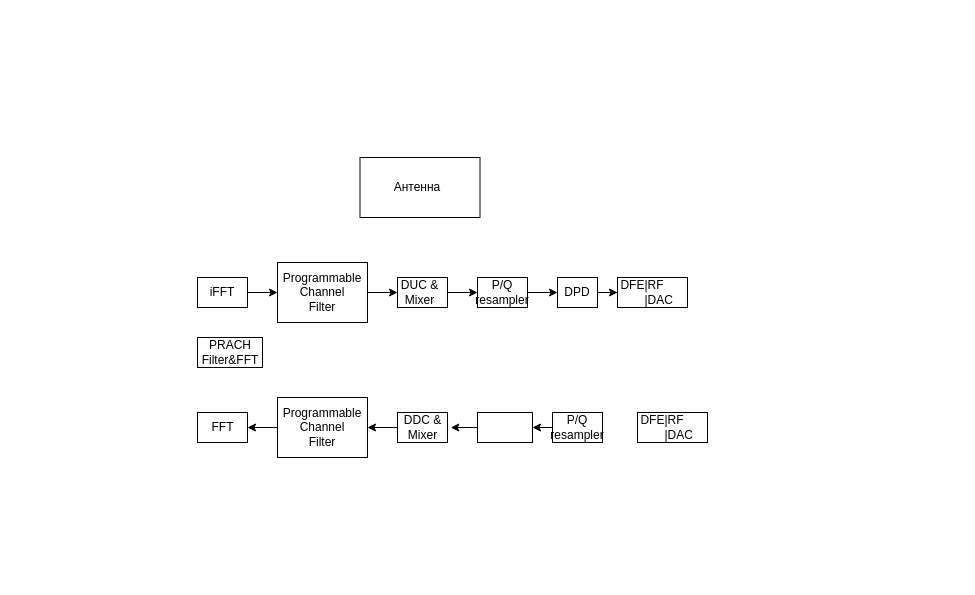
Above: diagramm.drawio in vikastatsenko/drawio (draw.io), before the change. Source tidied: cells renumbered, new cells numbered last; positions are measured from the earlier drawing's top-left corner, leaving out a move shared by most shapes. Both pictures are drawn from the tidied source at 100%, with x=0, y=0 at pixel (192, 157).
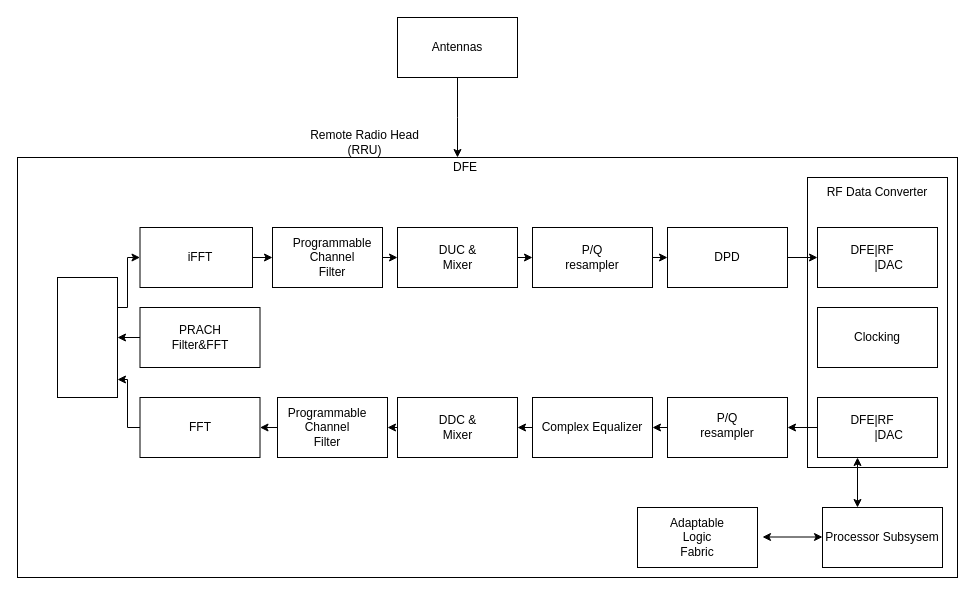
The same diagram, later.

Diff of the diagram source:
```diff
@@
+    <mxCell id="38" style="edgeStyle=orthogonalEdgeStyle;rounded=0;jettySize=auto;html=1;exitX=1;exitY=0.5;exitDx=0;exitDy=0;entryX=0;entryY=0.5;entryDx=0;entryDy=0;" parent="1" edge="1" source="39" target="41">
+      <mxGeometry relative="1" as="geometry" />
+    </mxCell>
+    <mxCell id="39" style="rounded=0;whiteSpace=wrap;html=1;" parent="1" vertex="1">
+      <mxGeometry x="-52.5" y="70" width="112.5" height="60" as="geometry" />
+    </mxCell>
-    <mxCell id="2" style="rounded=0;whiteSpace=wrap;html=1;" parent="1" vertex="1">
-      <mxGeometry x="167.5" width="120" height="60" as="geometry" />
+    <mxCell id="2" value="Antennas" style="rounded=0;whiteSpace=wrap;html=1;" parent="1" vertex="1">
+      <mxGeometry x="205" y="-140" width="120" height="60" as="geometry" />
     </mxCell>
-    <mxCell id="3" value="Антенна" style="text;html=1;align=center;verticalAlign=middle;whiteSpace=wrap;rounded=0;" parent="1" vertex="1">
-      <mxGeometry x="195" y="5" width="60" height="50" as="geometry" />
-    </mxCell>
-    <mxCell id="4" style="rounded=0;whiteSpace=wrap;html=1;" parent="1" vertex="1">
-      <mxGeometry x="5" y="120" width="50" height="30" as="geometry" />
-    </mxCell>
-    <mxCell id="5" style="edgeStyle=orthogonalEdgeStyle;rounded=0;jettySize=auto;html=1;entryX=0;entryY=0.5;entryDx=0;entryDy=0;" parent="1" edge="1" target="8">
-      <mxGeometry relative="1" as="geometry">
-        <mxPoint x="55" y="135" as="sourcePoint" />
-      </mxGeometry>
-    </mxCell>
     <mxCell id="6" value="iFFT" style="text;html=1;align=center;verticalAlign=middle;whiteSpace=wrap;rounded=0;" parent="1" vertex="1">
-      <mxGeometry y="120" width="60" height="30" as="geometry" />
+      <mxGeometry x="-22.5" y="85" width="60" height="30" as="geometry" />
     </mxCell>
-    <mxCell id="7" style="edgeStyle=orthogonalEdgeStyle;rounded=0;jettySize=auto;html=1;exitX=1;exitY=0.5;exitDx=0;exitDy=0;entryX=0;entryY=0.5;entryDx=0;entryDy=0;" parent="1" edge="1" source="8" target="11">
-      <mxGeometry relative="1" as="geometry" />
-    </mxCell>
-    <mxCell id="8" style="rounded=0;whiteSpace=wrap;html=1;" parent="1" vertex="1">
-      <mxGeometry x="85" y="105" width="90" height="60" as="geometry" />
-    </mxCell>
+    <mxCell id="40" style="edgeStyle=orthogonalEdgeStyle;rounded=0;jettySize=auto;html=1;exitX=1;exitY=0.5;exitDx=0;exitDy=0;entryX=0;entryY=0.5;entryDx=0;entryDy=0;" parent="1" edge="1" source="41" target="43">
+      <mxGeometry relative="1" as="geometry" />
+    </mxCell>
+    <mxCell id="41" style="rounded=0;whiteSpace=wrap;html=1;" parent="1" vertex="1">
+      <mxGeometry x="80" y="70" width="110" height="60" as="geometry" />
+    </mxCell>
     <mxCell id="9" value="Programmable&lt;div&gt;Channel&lt;/div&gt;&lt;div&gt;Filter&lt;/div&gt;" style="text;html=1;align=center;verticalAlign=middle;whiteSpace=wrap;rounded=0;" parent="1" vertex="1">
-      <mxGeometry x="100" y="120" width="60" height="30" as="geometry" />
+      <mxGeometry x="110" y="85" width="60" height="30" as="geometry" />
     </mxCell>
-    <mxCell id="10" style="edgeStyle=orthogonalEdgeStyle;rounded=0;jettySize=auto;html=1;entryX=0;entryY=0.5;entryDx=0;entryDy=0;" parent="1" edge="1" source="11" target="14">
-      <mxGeometry relative="1" as="geometry" />
-    </mxCell>
-    <mxCell id="11" style="rounded=0;whiteSpace=wrap;html=1;" parent="1" vertex="1">
-      <mxGeometry x="205" y="120" width="50" height="30" as="geometry" />
-    </mxCell>
+    <mxCell id="42" style="edgeStyle=orthogonalEdgeStyle;rounded=0;jettySize=auto;html=1;exitX=1;exitY=0.5;exitDx=0;exitDy=0;entryX=0;entryY=0.5;entryDx=0;entryDy=0;" parent="1" edge="1" source="43" target="45">
+      <mxGeometry relative="1" as="geometry" />
+    </mxCell>
+    <mxCell id="43" style="rounded=0;whiteSpace=wrap;html=1;" parent="1" vertex="1">
+      <mxGeometry x="205" y="70" width="120" height="60" as="geometry" />
+    </mxCell>
     <mxCell id="12" value="DUC &amp;amp; Mixer" style="text;html=1;align=center;verticalAlign=middle;whiteSpace=wrap;rounded=0;" parent="1" vertex="1">
-      <mxGeometry x="205" y="120" width="45" height="30" as="geometry" />
+      <mxGeometry x="242.5" y="85" width="45" height="30" as="geometry" />
     </mxCell>
-    <mxCell id="13" style="edgeStyle=orthogonalEdgeStyle;rounded=0;jettySize=auto;html=1;" parent="1" edge="1" source="14" target="18">
-      <mxGeometry relative="1" as="geometry" />
-    </mxCell>
-    <mxCell id="14" style="rounded=0;whiteSpace=wrap;html=1;" parent="1" vertex="1">
-      <mxGeometry x="285" y="120" width="50" height="30" as="geometry" />
-    </mxCell>
+    <mxCell id="44" style="edgeStyle=orthogonalEdgeStyle;rounded=0;jettySize=auto;html=1;exitX=1;exitY=0.5;exitDx=0;exitDy=0;entryX=0;entryY=0.5;entryDx=0;entryDy=0;" parent="1" edge="1" source="45" target="47">
+      <mxGeometry relative="1" as="geometry" />
+    </mxCell>
+    <mxCell id="45" style="rounded=0;whiteSpace=wrap;html=1;" parent="1" vertex="1">
+      <mxGeometry x="340" y="70" width="120" height="60" as="geometry" />
+    </mxCell>
     <mxCell id="15" value="P/Q&lt;div&gt;resampler&lt;/div&gt;" style="text;html=1;align=center;verticalAlign=middle;whiteSpace=wrap;rounded=0;" parent="1" vertex="1">
-      <mxGeometry x="280" y="120" width="60" height="30" as="geometry" />
+      <mxGeometry x="370" y="85" width="60" height="30" as="geometry" />
     </mxCell>
-    <mxCell id="16" style="rounded=0;whiteSpace=wrap;html=1;" parent="1" vertex="1">
-      <mxGeometry x="365" y="120" width="40" height="30" as="geometry" />
-    </mxCell>
-    <mxCell id="17" style="edgeStyle=orthogonalEdgeStyle;rounded=0;jettySize=auto;html=1;" parent="1" edge="1" source="18" target="20">
-      <mxGeometry relative="1" as="geometry" />
-    </mxCell>
+    <mxCell id="46" style="edgeStyle=orthogonalEdgeStyle;rounded=0;jettySize=auto;html=1;exitX=1;exitY=0.5;exitDx=0;exitDy=0;entryX=0;entryY=0.5;entryDx=0;entryDy=0;" parent="1" edge="1" source="47" target="50">
+      <mxGeometry relative="1" as="geometry" />
+    </mxCell>
+    <mxCell id="47" style="rounded=0;whiteSpace=wrap;html=1;" parent="1" vertex="1">
+      <mxGeometry x="475" y="70" width="120" height="60" as="geometry" />
+    </mxCell>
     <mxCell id="18" value="DPD" style="text;html=1;align=center;verticalAlign=middle;whiteSpace=wrap;rounded=0;" parent="1" vertex="1">
-      <mxGeometry x="365" y="125" width="40" height="20" as="geometry" />
+      <mxGeometry x="515" y="90" width="40" height="20" as="geometry" />
     </mxCell>
-    <mxCell id="19" style="rounded=0;whiteSpace=wrap;html=1;" parent="1" vertex="1">
-      <mxGeometry x="5" y="180" width="65" height="30" as="geometry" />
-    </mxCell>
-    <mxCell id="20" style="rounded=0;whiteSpace=wrap;html=1;" parent="1" vertex="1">
-      <mxGeometry x="425" y="120" width="70" height="30" as="geometry" />
-    </mxCell>
+    <mxCell id="48" style="edgeStyle=orthogonalEdgeStyle;rounded=0;jettySize=auto;html=1;exitX=0;exitY=0.5;exitDx=0;exitDy=0;entryX=0.5;entryY=0;entryDx=0;entryDy=0;" parent="1" edge="1" source="49" target="70">
+      <mxGeometry relative="1" as="geometry" />
+    </mxCell>
+    <mxCell id="49" style="rounded=0;whiteSpace=wrap;html=1;" parent="1" vertex="1">
+      <mxGeometry x="-52.5" y="150" width="120" height="60" as="geometry" />
+    </mxCell>
+    <mxCell id="22" value="PRACH&lt;div&gt;Filter&amp;amp;FFT&lt;/div&gt;" style="text;html=1;align=center;verticalAlign=middle;whiteSpace=wrap;rounded=0;" parent="1" vertex="1">
+      <mxGeometry x="-22.5" y="165" width="60" height="30" as="geometry" />
+    </mxCell>
+    <mxCell id="50" style="rounded=0;whiteSpace=wrap;html=1;" parent="1" vertex="1">
+      <mxGeometry x="625" y="70" width="120" height="60" as="geometry" />
+    </mxCell>
     <mxCell id="21" value="DFE|RF&amp;nbsp; &amp;nbsp; &amp;nbsp; &amp;nbsp; &amp;nbsp; &amp;nbsp;|DAC" style="text;html=1;align=center;verticalAlign=middle;whiteSpace=wrap;rounded=0;" parent="1" vertex="1">
-      <mxGeometry x="425" y="125" width="60" height="20" as="geometry" />
+      <mxGeometry x="655" y="90" width="60" height="20" as="geometry" />
     </mxCell>
-    <mxCell id="22" value="PRACH&lt;div&gt;Filter&amp;amp;FFT&lt;/div&gt;" style="text;html=1;align=center;verticalAlign=middle;whiteSpace=wrap;rounded=0;" parent="1" vertex="1">
-      <mxGeometry x="7.5" y="180" width="60" height="30" as="geometry" />
-    </mxCell>
-    <mxCell id="23" style="rounded=0;whiteSpace=wrap;html=1;" parent="1" vertex="1">
-      <mxGeometry x="5" y="255" width="50" height="30" as="geometry" />
-    </mxCell>
+    <mxCell id="51" style="rounded=0;whiteSpace=wrap;html=1;" parent="1" vertex="1">
+      <mxGeometry x="-52.5" y="240" width="120" height="60" as="geometry" />
+    </mxCell>
     <mxCell id="24" value="FFT" style="text;html=1;align=center;verticalAlign=middle;whiteSpace=wrap;rounded=0;" parent="1" vertex="1">
-      <mxGeometry x="16.2" y="265" width="28.8" height="10" as="geometry" />
+      <mxGeometry x="-17.5" y="257.5" width="50" height="25" as="geometry" />
     </mxCell>
-    <mxCell id="25" style="edgeStyle=orthogonalEdgeStyle;rounded=0;jettySize=auto;html=1;exitX=0;exitY=0.5;exitDx=0;exitDy=0;entryX=1;entryY=0.5;entryDx=0;entryDy=0;" parent="1" edge="1" source="26" target="23">
-      <mxGeometry relative="1" as="geometry" />
-    </mxCell>
-    <mxCell id="26" style="rounded=0;whiteSpace=wrap;html=1;" parent="1" vertex="1">
-      <mxGeometry x="85" y="240" width="90" height="60" as="geometry" />
-    </mxCell>
+    <mxCell id="52" style="edgeStyle=orthogonalEdgeStyle;rounded=0;jettySize=auto;html=1;exitX=0;exitY=0.5;exitDx=0;exitDy=0;entryX=1;entryY=0.5;entryDx=0;entryDy=0;" parent="1" edge="1" source="53" target="51">
+      <mxGeometry relative="1" as="geometry" />
+    </mxCell>
+    <mxCell id="53" style="rounded=0;whiteSpace=wrap;html=1;" parent="1" vertex="1">
+      <mxGeometry x="85" y="240" width="110" height="60" as="geometry" />
+    </mxCell>
     <mxCell id="27" value="Programmable&lt;div&gt;Channel&lt;/div&gt;&lt;div&gt;Filter&lt;/div&gt;" style="text;html=1;align=center;verticalAlign=middle;whiteSpace=wrap;rounded=0;" parent="1" vertex="1">
-      <mxGeometry x="100" y="255" width="60" height="30" as="geometry" />
+      <mxGeometry x="105" y="255" width="60" height="30" as="geometry" />
     </mxCell>
-    <mxCell id="28" style="edgeStyle=orthogonalEdgeStyle;rounded=0;jettySize=auto;html=1;exitX=0;exitY=0.5;exitDx=0;exitDy=0;entryX=1;entryY=0.5;entryDx=0;entryDy=0;" parent="1" edge="1" source="29" target="26">
-      <mxGeometry relative="1" as="geometry" />
-    </mxCell>
-    <mxCell id="29" style="rounded=0;whiteSpace=wrap;html=1;" parent="1" vertex="1">
-      <mxGeometry x="205" y="255" width="50" height="30" as="geometry" />
-    </mxCell>
+    <mxCell id="54" style="edgeStyle=orthogonalEdgeStyle;rounded=0;jettySize=auto;html=1;exitX=0;exitY=0.5;exitDx=0;exitDy=0;entryX=1;entryY=0.5;entryDx=0;entryDy=0;" parent="1" edge="1" source="55" target="53">
+      <mxGeometry relative="1" as="geometry" />
+    </mxCell>
+    <mxCell id="55" style="rounded=0;whiteSpace=wrap;html=1;" parent="1" vertex="1">
+      <mxGeometry x="205" y="240" width="120" height="60" as="geometry" />
+    </mxCell>
     <mxCell id="30" value="DDC &amp;amp; Mixer" style="text;html=1;align=center;verticalAlign=middle;whiteSpace=wrap;rounded=0;" parent="1" vertex="1">
-      <mxGeometry x="207.5" y="255" width="45" height="30" as="geometry" />
+      <mxGeometry x="242.5" y="255" width="45" height="30" as="geometry" />
     </mxCell>
-    <mxCell id="31" style="rounded=0;whiteSpace=wrap;html=1;" parent="1" vertex="1">
-      <mxGeometry x="285" y="255" width="55" height="30" as="geometry" />
-    </mxCell>
-    <mxCell id="32" style="edgeStyle=orthogonalEdgeStyle;rounded=0;jettySize=auto;html=1;exitX=0;exitY=0.5;exitDx=0;exitDy=0;entryX=1;entryY=0.5;entryDx=0;entryDy=0;" parent="1" edge="1" source="33" target="31">
-      <mxGeometry relative="1" as="geometry" />
-    </mxCell>
-    <mxCell id="33" style="rounded=0;whiteSpace=wrap;html=1;" parent="1" vertex="1">
-      <mxGeometry x="360" y="255" width="50" height="30" as="geometry" />
-    </mxCell>
+    <mxCell id="56" style="edgeStyle=orthogonalEdgeStyle;rounded=0;jettySize=auto;html=1;exitX=0;exitY=0.5;exitDx=0;exitDy=0;entryX=1;entryY=0.5;entryDx=0;entryDy=0;" parent="1" edge="1" source="57" target="55">
+      <mxGeometry relative="1" as="geometry" />
+    </mxCell>
+    <mxCell id="57" value="Complex Equalizer" style="rounded=0;whiteSpace=wrap;html=1;" parent="1" vertex="1">
+      <mxGeometry x="340" y="240" width="120" height="60" as="geometry" />
+    </mxCell>
+    <mxCell id="58" style="edgeStyle=orthogonalEdgeStyle;rounded=0;jettySize=auto;html=1;exitX=0;exitY=0.5;exitDx=0;exitDy=0;entryX=1;entryY=0.5;entryDx=0;entryDy=0;" parent="1" edge="1" source="59" target="57">
+      <mxGeometry relative="1" as="geometry" />
+    </mxCell>
+    <mxCell id="59" style="rounded=0;whiteSpace=wrap;html=1;" parent="1" vertex="1">
+      <mxGeometry x="475" y="240" width="120" height="60" as="geometry" />
+    </mxCell>
     <mxCell id="34" value="P/Q&lt;div&gt;resampler&lt;/div&gt;" style="text;html=1;align=center;verticalAlign=middle;whiteSpace=wrap;rounded=0;" parent="1" vertex="1">
-      <mxGeometry x="355" y="255" width="60" height="30" as="geometry" />
+      <mxGeometry x="505" y="252.5" width="60" height="30" as="geometry" />
     </mxCell>
-    <mxCell id="35" style="rounded=0;whiteSpace=wrap;html=1;" parent="1" vertex="1">
-      <mxGeometry x="445" y="255" width="70" height="30" as="geometry" />
-    </mxCell>
+    <mxCell id="60" style="edgeStyle=orthogonalEdgeStyle;rounded=0;jettySize=auto;html=1;exitX=0;exitY=0.5;exitDx=0;exitDy=0;entryX=1;entryY=0.5;entryDx=0;entryDy=0;" parent="1" edge="1" source="61" target="59">
+      <mxGeometry relative="1" as="geometry" />
+    </mxCell>
+    <mxCell id="61" style="rounded=0;whiteSpace=wrap;html=1;" parent="1" vertex="1">
+      <mxGeometry x="625" y="240" width="120" height="60" as="geometry" />
+    </mxCell>
     <mxCell id="36" value="DFE|RF&amp;nbsp; &amp;nbsp; &amp;nbsp; &amp;nbsp; &amp;nbsp; &amp;nbsp;|DAC" style="text;html=1;align=center;verticalAlign=middle;whiteSpace=wrap;rounded=0;" parent="1" vertex="1">
-      <mxGeometry x="445" y="260" width="60" height="20" as="geometry" />
+      <mxGeometry x="655" y="250" width="60" height="40" as="geometry" />
     </mxCell>
-    <mxCell id="37" style="edgeStyle=orthogonalEdgeStyle;rounded=0;jettySize=auto;html=1;exitX=0;exitY=0.5;exitDx=0;exitDy=0;entryX=1.065;entryY=0.501;entryDx=0;entryDy=0;entryPerimeter=0;" parent="1" edge="1" source="31" target="29">
-      <mxGeometry relative="1" as="geometry" />
-    </mxCell>
+    <mxCell id="62" value="Clocking" style="rounded=0;whiteSpace=wrap;html=1;" parent="1" vertex="1">
+      <mxGeometry x="625" y="150" width="120" height="60" as="geometry" />
+    </mxCell>
+    <mxCell id="63" style="rounded=0;whiteSpace=wrap;html=1;fillColor=none;" parent="1" vertex="1">
+      <mxGeometry x="615" y="20" width="140" height="290" as="geometry" />
+    </mxCell>
+    <mxCell id="64" value="RF Data Converter" style="text;html=1;align=center;verticalAlign=middle;whiteSpace=wrap;rounded=0;" parent="1" vertex="1">
+      <mxGeometry x="620" y="20" width="130" height="30" as="geometry" />
+    </mxCell>
+    <mxCell id="65" value="Adaptable&lt;div&gt;Logic&lt;/div&gt;&lt;div&gt;Fabric&lt;/div&gt;" style="rounded=0;whiteSpace=wrap;html=1;" parent="1" vertex="1">
+      <mxGeometry x="445" y="350" width="120" height="60" as="geometry" />
+    </mxCell>
+    <mxCell id="66" value="Processor Subsysem" style="rounded=0;whiteSpace=wrap;html=1;" parent="1" vertex="1">
+      <mxGeometry x="630" y="350" width="120" height="60" as="geometry" />
+    </mxCell>
+    <mxCell id="67" style="endArrow=classic;startArrow=classic;html=1;rounded=0;" parent="1" edge="1">
+      <mxGeometry relative="1" as="geometry">
+        <mxPoint x="665" y="350" as="sourcePoint" />
+        <mxPoint x="665" y="300" as="targetPoint" />
+      </mxGeometry>
+    </mxCell>
+    <mxCell id="68" style="endArrow=classic;startArrow=classic;html=1;rounded=0;" parent="1" edge="1">
+      <mxGeometry relative="1" as="geometry">
+        <mxPoint x="570" y="379.5" as="sourcePoint" />
+        <mxPoint x="630" y="379.5" as="targetPoint" />
+      </mxGeometry>
+    </mxCell>
+    <mxCell id="69" style="edgeStyle=orthogonalEdgeStyle;rounded=0;jettySize=auto;html=1;exitX=0.25;exitY=0;exitDx=0;exitDy=0;entryX=0;entryY=0.5;entryDx=0;entryDy=0;" parent="1" edge="1" source="70" target="39">
+      <mxGeometry relative="1" as="geometry">
+        <Array as="points">
+          <mxPoint x="-65" y="150" />
+          <mxPoint x="-65" y="100" />
+        </Array>
+      </mxGeometry>
+    </mxCell>
+    <mxCell id="70" style="rounded=0;whiteSpace=wrap;html=1;direction=south;" parent="1" vertex="1">
+      <mxGeometry x="-135" y="120" width="60" height="120" as="geometry" />
+    </mxCell>
+    <mxCell id="71" style="rounded=0;whiteSpace=wrap;html=1;fillColor=none;" parent="1" vertex="1">
+      <mxGeometry x="-175" width="940" height="420" as="geometry" />
+    </mxCell>
+    <mxCell id="72" value="DFE" style="text;html=1;align=center;verticalAlign=middle;whiteSpace=wrap;rounded=0;" parent="1" vertex="1">
+      <mxGeometry x="242.5" width="60" height="20" as="geometry" />
+    </mxCell>
+    <mxCell id="73" value="Remote Radio Head (RRU)" style="text;html=1;align=center;verticalAlign=middle;whiteSpace=wrap;rounded=0;" parent="1" vertex="1">
+      <mxGeometry x="110" y="-30" width="125" height="30" as="geometry" />
+    </mxCell>
+    <mxCell id="74" style="edgeStyle=orthogonalEdgeStyle;rounded=0;jettySize=auto;html=1;exitX=0.5;exitY=1;exitDx=0;exitDy=0;" parent="1" edge="1" source="2">
+      <mxGeometry relative="1" as="geometry">
+        <mxPoint x="265" as="targetPoint" />
+      </mxGeometry>
+    </mxCell>
+    <mxCell id="75" style="edgeStyle=orthogonalEdgeStyle;rounded=0;jettySize=auto;html=1;exitX=0;exitY=0.5;exitDx=0;exitDy=0;" parent="1" edge="1" source="51">
+      <mxGeometry relative="1" as="geometry">
+        <mxPoint x="-75" y="222" as="targetPoint" />
+        <Array as="points">
+          <mxPoint x="-65" y="270" />
+          <mxPoint x="-65" y="222" />
+        </Array>
+      </mxGeometry>
+    </mxCell>
```
